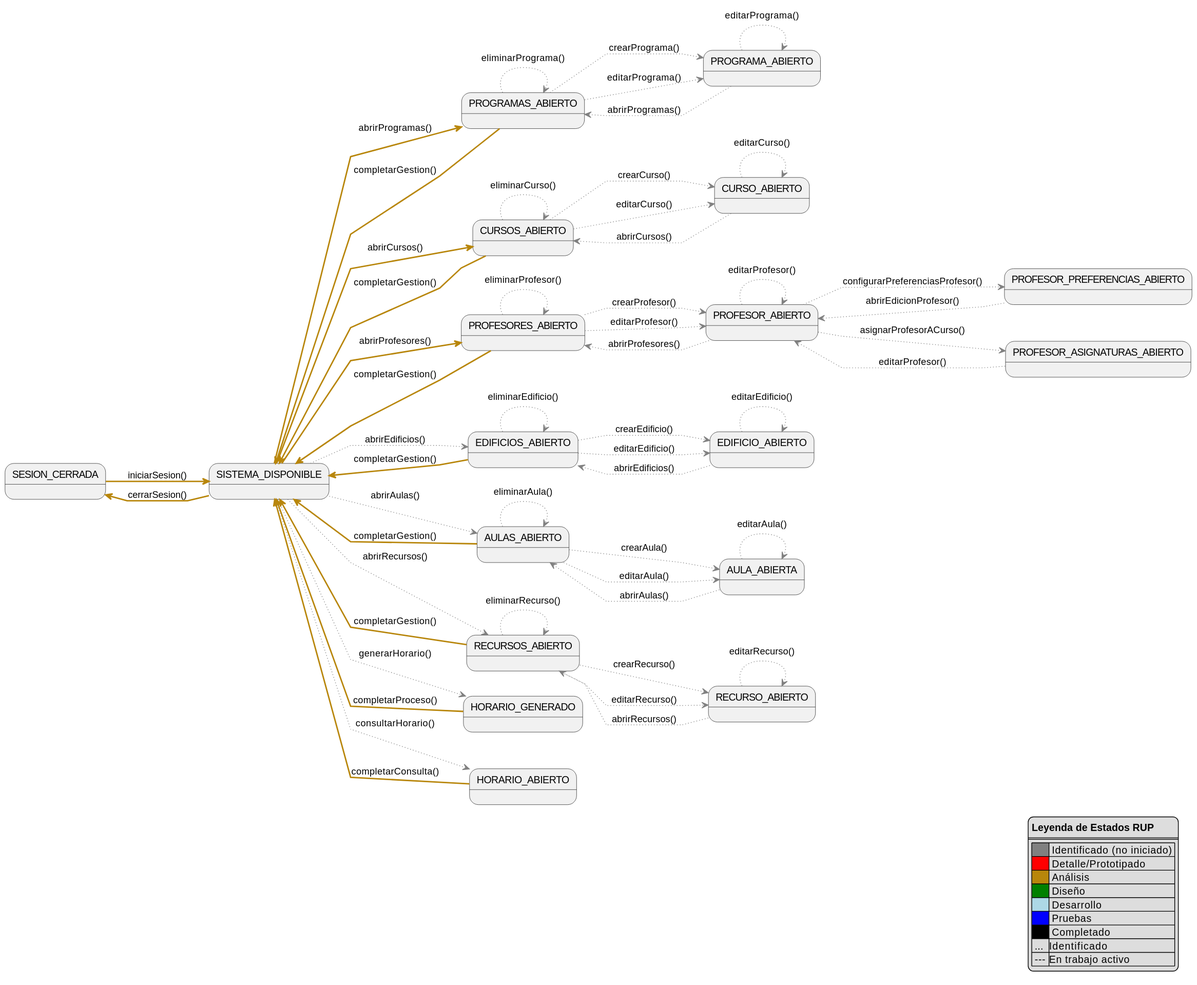
The PlantUML diagram images/RUP/99-seguimiento/diagrama-contexto-administrador.svg in Hexcss/scheduler, before a commit.
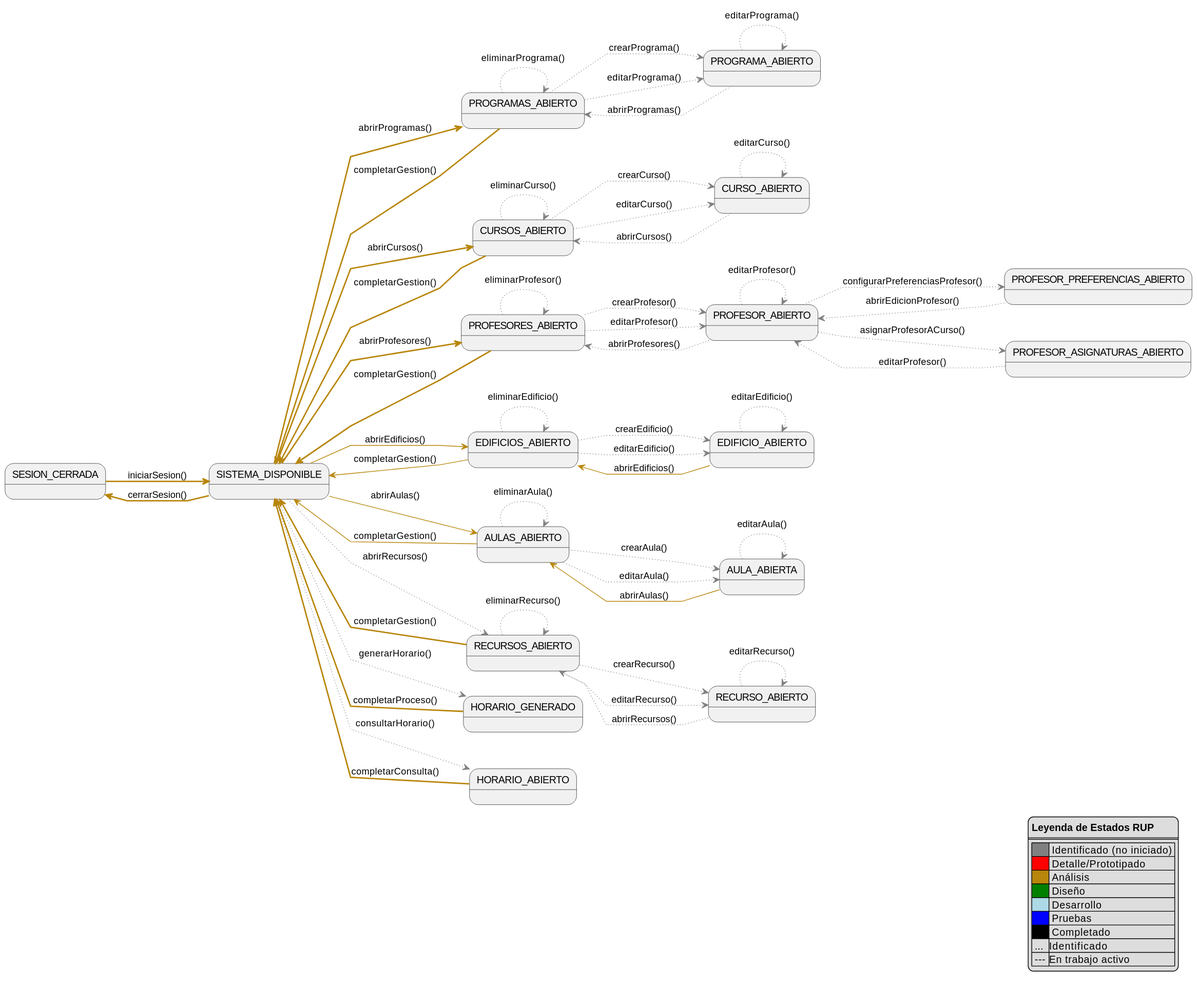
The same diagram one commit later.

Commit message:
feat(abrirAulas): agregar especificación detallada y análisis de colaboración

What changed in the source:
```diff
@@ -43,8 +43,8 @@
 Menu -[#darkgoldenrod,thickness=2]-> ListProgramas: abrirProgramas()
 Menu -[#darkgoldenrod,thickness=2]-> ListCursos: abrirCursos()
 Menu -[#darkgoldenrod,thickness=2]-> ListProfesores: abrirProfesores()
-Menu -[#gray,dotted]-> ListEdificios: abrirEdificios()
-Menu -[#gray,dotted]-> ListAulas: abrirAulas()
+Menu -[#darkgoldenrod]-> ListEdificios: abrirEdificios()
+Menu -[#darkgoldenrod]-> ListAulas: abrirAulas()
 Menu -[#gray,dotted]-> ListRecursos: abrirRecursos()
 Menu -[#gray,dotted]-> Generacion: generarHorario()
 Menu -[#gray,dotted]-> Consulta: consultarHorario()
@@ -73,12 +73,12 @@
 ListEdificios -[#gray,dotted]-> EditEdificio: editarEdificio()
 ListEdificios -[#gray,dotted]-> ListEdificios: eliminarEdificio()
 EditEdificio -[#gray,dotted]-> EditEdificio: editarEdificio()
-EditEdificio -[#gray,dotted]-> ListEdificios: abrirEdificios()
+EditEdificio -[#darkgoldenrod]-> ListEdificios: abrirEdificios()
 ListAulas -[#gray,dotted]-> EditAula: crearAula()
 ListAulas -[#gray,dotted]-> EditAula: editarAula()
 ListAulas -[#gray,dotted]-> ListAulas: eliminarAula()
 EditAula -[#gray,dotted]-> EditAula: editarAula()
-EditAula -[#gray,dotted]-> ListAulas: abrirAulas()
+EditAula -[#darkgoldenrod]-> ListAulas: abrirAulas()
 ListRecursos -[#gray,dotted]-> EditRecurso: crearRecurso()
 ListRecursos -[#gray,dotted]-> EditRecurso: editarRecurso()
 ListRecursos -[#gray,dotted]-> ListRecursos: eliminarRecurso()
@@ -87,8 +87,8 @@
 ListProgramas -[#darkgoldenrod,thickness=2]-> Menu: completarGestion()
 ListCursos -[#darkgoldenrod,thickness=2]-> Menu: completarGestion()
 ListProfesores -[#darkgoldenrod,thickness=2]-> Menu: completarGestion()
-ListEdificios -[#darkgoldenrod,thickness=2]-> Menu: completarGestion()
-ListAulas -[#darkgoldenrod,thickness=2]-> Menu: completarGestion()
+ListEdificios -[#darkgoldenrod]-> Menu: completarGestion()
+ListAulas -[#darkgoldenrod]-> Menu: completarGestion()
 ListRecursos -[#darkgoldenrod,thickness=2]-> Menu: completarGestion()
 Generacion -[#darkgoldenrod,thickness=2]-> Menu: completarProceso()
 Consulta -[#darkgoldenrod,thickness=2]-> Menu: completarConsulta()
```
